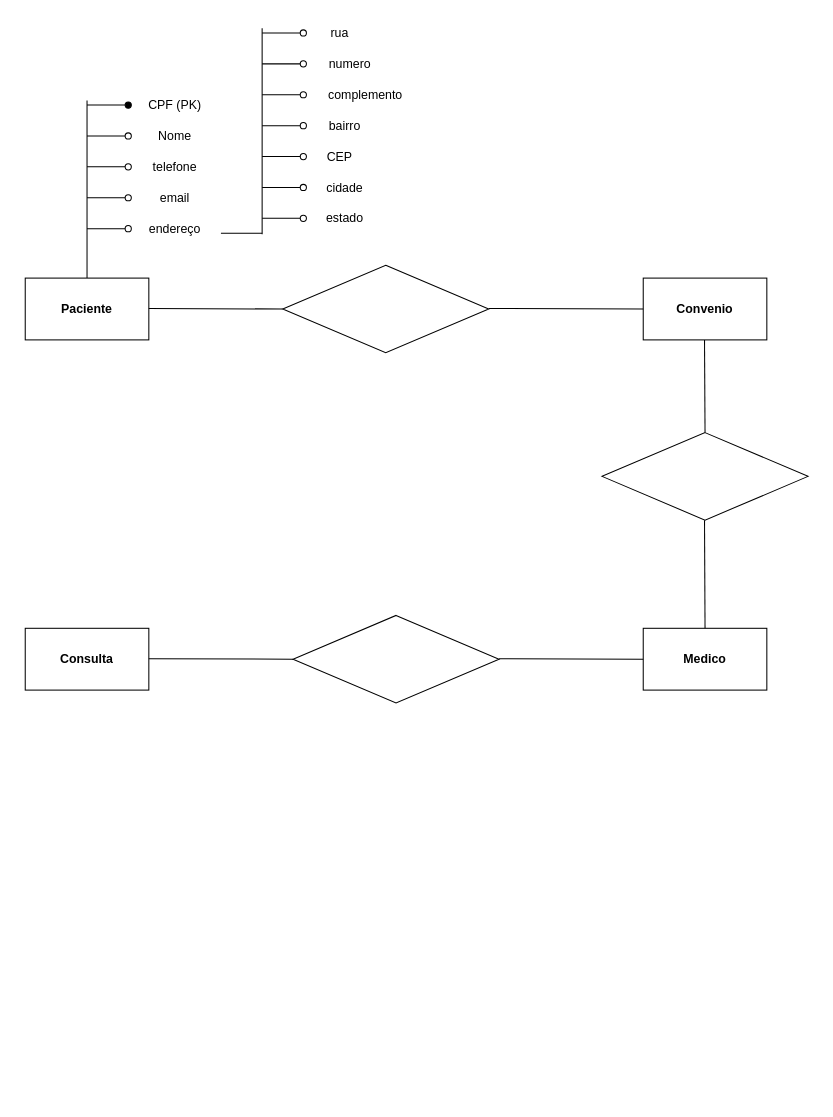
jonovackk/sites-para-estudo keeps this draw.io diagram as Diagrama sem nome.drawio. Above is the earlier version. Source tidied: cells renumbered, new cells numbered last; positions are measured from the earlier drawing's top-left corner, leaving out a move shared by most shapes. Both pictures are drawn from the tidied source at 103%, with x=0, y=0 at pixel (25, 18).
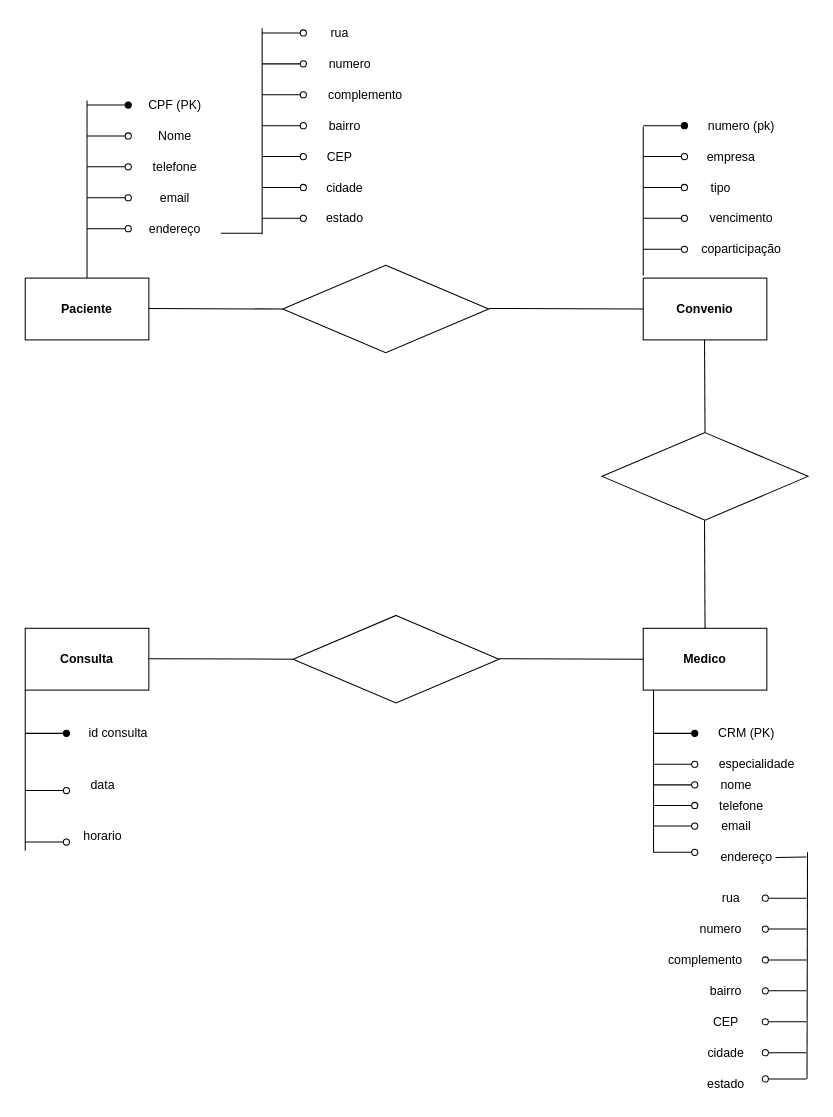
The same diagram, later.

Change to the diagram source:
```diff
@@
+    <mxCell id="42" style="endArrow=none;html=1;rounded=0;startArrow=oval;startFill=0;" parent="1" edge="1">
+      <mxGeometry relative="1" as="geometry">
+        <mxPoint x="640" y="134.5" as="sourcePoint" />
+        <mxPoint x="600" y="134.5" as="targetPoint" />
+      </mxGeometry>
+    </mxCell>
+    <mxCell id="43" style="endArrow=none;html=1;rounded=0;startArrow=oval;startFill=1;" parent="1" edge="1">
+      <mxGeometry relative="1" as="geometry">
+        <mxPoint x="640" y="104.5" as="sourcePoint" />
+        <mxPoint x="600" y="104.5" as="targetPoint" />
+      </mxGeometry>
+    </mxCell>
+    <mxCell id="44" style="endArrow=none;html=1;rounded=0;startArrow=oval;startFill=0;" parent="1" edge="1">
+      <mxGeometry relative="1" as="geometry">
+        <mxPoint x="640" y="164.5" as="sourcePoint" />
+        <mxPoint x="600" y="164.5" as="targetPoint" />
+      </mxGeometry>
+    </mxCell>
+    <mxCell id="45" style="endArrow=none;html=1;rounded=0;startArrow=oval;startFill=0;" parent="1" edge="1">
+      <mxGeometry relative="1" as="geometry">
+        <mxPoint x="640" y="194.5" as="sourcePoint" />
+        <mxPoint x="600" y="194.5" as="targetPoint" />
+      </mxGeometry>
+    </mxCell>
+    <mxCell id="46" style="endArrow=none;html=1;rounded=0;startArrow=oval;startFill=0;" parent="1" edge="1">
+      <mxGeometry relative="1" as="geometry">
+        <mxPoint x="640" y="224.5" as="sourcePoint" />
+        <mxPoint x="600" y="224.5" as="targetPoint" />
+      </mxGeometry>
+    </mxCell>
+    <mxCell id="47" value="numero (pk)" style="text;html=1;align=center;verticalAlign=middle;strokeColor=none;fillColor=none;" parent="1" vertex="1">
+      <mxGeometry x="650" y="90" width="90" height="30" as="geometry" />
+    </mxCell>
+    <mxCell id="48" value="empresa" style="text;html=1;align=center;verticalAlign=middle;strokeColor=none;fillColor=none;" parent="1" vertex="1">
+      <mxGeometry x="650" y="120" width="70" height="30" as="geometry" />
+    </mxCell>
+    <mxCell id="49" style="endArrow=none;html=1;rounded=0;fontSize=12;startSize=8;endSize=8;curved=1;" parent="1" edge="1">
+      <mxGeometry relative="1" as="geometry">
+        <mxPoint x="600" y="250" as="sourcePoint" />
+        <mxPoint x="600" y="105.5" as="targetPoint" />
+      </mxGeometry>
+    </mxCell>
+    <mxCell id="50" value="tipo" style="text;html=1;align=center;verticalAlign=middle;strokeColor=none;fillColor=none;" parent="1" vertex="1">
+      <mxGeometry x="655" y="150" width="40" height="30" as="geometry" />
+    </mxCell>
+    <mxCell id="51" value="vencimento" style="text;html=1;align=center;verticalAlign=middle;strokeColor=none;fillColor=none;" parent="1" vertex="1">
+      <mxGeometry x="655" y="180" width="80" height="30" as="geometry" />
+    </mxCell>
+    <mxCell id="52" value="coparticipação" style="text;html=1;align=center;verticalAlign=middle;strokeColor=none;fillColor=none;" parent="1" vertex="1">
+      <mxGeometry x="645" y="210" width="100" height="30" as="geometry" />
+    </mxCell>
+    <mxCell id="53" style="endArrow=none;html=1;rounded=0;startArrow=oval;startFill=0;" parent="1" edge="1">
+      <mxGeometry relative="1" as="geometry">
+        <mxPoint x="650" y="724.5" as="sourcePoint" />
+        <mxPoint x="610" y="724.5" as="targetPoint" />
+      </mxGeometry>
+    </mxCell>
+    <mxCell id="54" style="endArrow=none;html=1;rounded=0;startArrow=oval;startFill=1;" parent="1" edge="1">
+      <mxGeometry relative="1" as="geometry">
+        <mxPoint x="650" y="694.5" as="sourcePoint" />
+        <mxPoint x="610" y="694.5" as="targetPoint" />
+      </mxGeometry>
+    </mxCell>
+    <mxCell id="55" style="endArrow=none;html=1;rounded=0;startArrow=oval;startFill=0;" parent="1" edge="1">
+      <mxGeometry relative="1" as="geometry">
+        <mxPoint x="650" y="744.5" as="sourcePoint" />
+        <mxPoint x="610" y="744.5" as="targetPoint" />
+      </mxGeometry>
+    </mxCell>
+    <mxCell id="56" style="endArrow=none;html=1;rounded=0;startArrow=oval;startFill=0;" parent="1" edge="1">
+      <mxGeometry relative="1" as="geometry">
+        <mxPoint x="650" y="764.5" as="sourcePoint" />
+        <mxPoint x="610" y="764.5" as="targetPoint" />
+      </mxGeometry>
+    </mxCell>
+    <mxCell id="57" style="endArrow=none;html=1;rounded=0;startArrow=oval;startFill=0;" parent="1" edge="1">
+      <mxGeometry relative="1" as="geometry">
+        <mxPoint x="650" y="810" as="sourcePoint" />
+        <mxPoint x="610" y="810" as="targetPoint" />
+      </mxGeometry>
+    </mxCell>
+    <mxCell id="58" style="endArrow=none;html=1;rounded=0;fontSize=12;startSize=8;endSize=8;curved=1;" parent="1" edge="1">
+      <mxGeometry relative="1" as="geometry">
+        <mxPoint x="610" y="810" as="sourcePoint" />
+        <mxPoint x="610" y="652.5" as="targetPoint" />
+      </mxGeometry>
+    </mxCell>
+    <mxCell id="59" value="CRM (PK)" style="text;html=1;align=center;verticalAlign=middle;strokeColor=none;fillColor=none;" parent="1" vertex="1">
+      <mxGeometry x="660" y="680" width="80" height="30" as="geometry" />
+    </mxCell>
+    <mxCell id="60" value="especialidade" style="text;html=1;align=center;verticalAlign=middle;strokeColor=none;fillColor=none;" parent="1" vertex="1">
+      <mxGeometry x="660" y="710" width="100" height="30" as="geometry" />
+    </mxCell>
+    <mxCell id="61" value="nome" style="text;html=1;align=center;verticalAlign=middle;strokeColor=none;fillColor=none;" parent="1" vertex="1">
+      <mxGeometry x="665" y="730" width="50" height="30" as="geometry" />
+    </mxCell>
+    <mxCell id="62" value="telefone" style="text;html=1;align=center;verticalAlign=middle;strokeColor=none;fillColor=none;" parent="1" vertex="1">
+      <mxGeometry x="660" y="750" width="70" height="30" as="geometry" />
+    </mxCell>
+    <mxCell id="63" value="email" style="text;html=1;align=center;verticalAlign=middle;strokeColor=none;fillColor=none;" parent="1" vertex="1">
+      <mxGeometry x="665" y="770" width="50" height="30" as="geometry" />
+    </mxCell>
+    <mxCell id="64" value="endereço" style="text;html=1;align=center;verticalAlign=middle;strokeColor=none;fillColor=none;" parent="1" vertex="1">
+      <mxGeometry x="665" y="800" width="70" height="30" as="geometry" />
+    </mxCell>
+    <mxCell id="65" style="endArrow=none;html=1;rounded=0;startArrow=oval;startFill=0;" parent="1" edge="1">
+      <mxGeometry relative="1" as="geometry">
+        <mxPoint x="650" y="784.5" as="sourcePoint" />
+        <mxPoint x="610" y="784.5" as="targetPoint" />
+      </mxGeometry>
+    </mxCell>
+    <mxCell id="66" style="endArrow=none;html=1;rounded=0;startArrow=oval;startFill=0;" parent="1" edge="1">
+      <mxGeometry relative="1" as="geometry">
+        <mxPoint x="718.5" y="884.5" as="sourcePoint" />
+        <mxPoint x="758.5" y="884.5" as="targetPoint" />
+      </mxGeometry>
+    </mxCell>
+    <mxCell id="67" style="endArrow=none;html=1;rounded=0;startArrow=oval;startFill=0;" parent="1" edge="1">
+      <mxGeometry relative="1" as="geometry">
+        <mxPoint x="718.5" y="914.5" as="sourcePoint" />
+        <mxPoint x="758.5" y="914.5" as="targetPoint" />
+      </mxGeometry>
+    </mxCell>
+    <mxCell id="68" style="endArrow=none;html=1;rounded=0;startArrow=oval;startFill=0;" parent="1" edge="1">
+      <mxGeometry relative="1" as="geometry">
+        <mxPoint x="718.5" y="944.5" as="sourcePoint" />
+        <mxPoint x="758.5" y="944.5" as="targetPoint" />
+      </mxGeometry>
+    </mxCell>
+    <mxCell id="69" style="endArrow=none;html=1;rounded=0;startArrow=oval;startFill=0;" parent="1" edge="1">
+      <mxGeometry relative="1" as="geometry">
+        <mxPoint x="718.5" y="974.5" as="sourcePoint" />
+        <mxPoint x="758.5" y="974.5" as="targetPoint" />
+      </mxGeometry>
+    </mxCell>
+    <mxCell id="70" style="endArrow=none;html=1;rounded=0;startArrow=oval;startFill=0;" parent="1" edge="1">
+      <mxGeometry relative="1" as="geometry">
+        <mxPoint x="718.5" y="1004.5" as="sourcePoint" />
+        <mxPoint x="758.5" y="1004.5" as="targetPoint" />
+      </mxGeometry>
+    </mxCell>
+    <mxCell id="71" style="endArrow=none;html=1;rounded=0;startArrow=oval;startFill=0;" parent="1" edge="1">
+      <mxGeometry relative="1" as="geometry">
+        <mxPoint x="718.5" y="1030" as="sourcePoint" />
+        <mxPoint x="758.5" y="1030" as="targetPoint" />
+      </mxGeometry>
+    </mxCell>
+    <mxCell id="72" style="endArrow=none;html=1;rounded=0;startArrow=oval;startFill=0;" parent="1" edge="1">
+      <mxGeometry relative="1" as="geometry">
+        <mxPoint x="718.5" y="854.5" as="sourcePoint" />
+        <mxPoint x="758.5" y="854.5" as="targetPoint" />
+      </mxGeometry>
+    </mxCell>
+    <mxCell id="73" value="rua" style="text;html=1;align=center;verticalAlign=middle;strokeColor=none;fillColor=none;" parent="1" vertex="1">
+      <mxGeometry x="665" y="840" width="40" height="30" as="geometry" />
+    </mxCell>
+    <mxCell id="74" value="numero" style="text;html=1;align=center;verticalAlign=middle;strokeColor=none;fillColor=none;" parent="1" vertex="1">
+      <mxGeometry x="645" y="870" width="60" height="30" as="geometry" />
+    </mxCell>
+    <mxCell id="75" value="complemento" style="text;html=1;align=center;verticalAlign=middle;strokeColor=none;fillColor=none;" parent="1" vertex="1">
+      <mxGeometry x="610" y="900" width="100" height="30" as="geometry" />
+    </mxCell>
+    <mxCell id="76" value="bairro" style="text;html=1;align=center;verticalAlign=middle;strokeColor=none;fillColor=none;" parent="1" vertex="1">
+      <mxGeometry x="655" y="930" width="50" height="30" as="geometry" />
+    </mxCell>
+    <mxCell id="77" value="CEP" style="text;html=1;align=center;verticalAlign=middle;strokeColor=none;fillColor=none;" parent="1" vertex="1">
+      <mxGeometry x="655" y="960" width="50" height="30" as="geometry" />
+    </mxCell>
+    <mxCell id="78" value="cidade" style="text;html=1;align=center;verticalAlign=middle;strokeColor=none;fillColor=none;" parent="1" vertex="1">
+      <mxGeometry x="650" y="990" width="60" height="30" as="geometry" />
+    </mxCell>
+    <mxCell id="79" value="estado" style="text;html=1;align=center;verticalAlign=middle;strokeColor=none;fillColor=none;" parent="1" vertex="1">
+      <mxGeometry x="650" y="1020" width="60" height="30" as="geometry" />
+    </mxCell>
+    <mxCell id="80" style="endArrow=none;html=1;rounded=0;" parent="1" edge="1">
+      <mxGeometry relative="1" as="geometry">
+        <mxPoint x="759.5" y="810" as="sourcePoint" />
+        <mxPoint x="759" y="1030" as="targetPoint" />
+      </mxGeometry>
+    </mxCell>
+    <mxCell id="81" style="endArrow=none;html=1;rounded=0;" parent="1" edge="1">
+      <mxGeometry relative="1" as="geometry">
+        <mxPoint x="728.5" y="815" as="sourcePoint" />
+        <mxPoint x="758.5" y="814.5" as="targetPoint" />
+      </mxGeometry>
+    </mxCell>
+    <mxCell id="82" style="endArrow=none;html=1;rounded=0;fontSize=12;startSize=8;endSize=8;curved=1;entryX=0.058;entryY=1.025;entryDx=0;entryDy=0;entryPerimeter=0;" parent="1" edge="1">
+      <mxGeometry relative="1" as="geometry">
+        <mxPoint y="808.5" as="sourcePoint" />
+        <mxPoint y="652.5" as="targetPoint" />
+      </mxGeometry>
+    </mxCell>
+    <mxCell id="83" style="endArrow=none;html=1;rounded=0;startArrow=oval;startFill=1;" parent="1" edge="1">
+      <mxGeometry relative="1" as="geometry">
+        <mxPoint x="40" y="694.5" as="sourcePoint" />
+        <mxPoint y="694.5" as="targetPoint" />
+      </mxGeometry>
+    </mxCell>
+    <mxCell id="84" style="endArrow=none;html=1;rounded=0;startArrow=oval;startFill=0;" parent="1" edge="1">
+      <mxGeometry relative="1" as="geometry">
+        <mxPoint x="40" y="750" as="sourcePoint" />
+        <mxPoint y="750" as="targetPoint" />
+      </mxGeometry>
+    </mxCell>
+    <mxCell id="85" style="endArrow=none;html=1;rounded=0;startArrow=oval;startFill=0;" parent="1" edge="1">
+      <mxGeometry relative="1" as="geometry">
+        <mxPoint x="40" y="800" as="sourcePoint" />
+        <mxPoint y="800" as="targetPoint" />
+      </mxGeometry>
+    </mxCell>
+    <mxCell id="86" value="id consulta" style="text;html=1;align=center;verticalAlign=middle;strokeColor=none;fillColor=none;" parent="1" vertex="1">
+      <mxGeometry x="50" y="680" width="80" height="30" as="geometry" />
+    </mxCell>
+    <mxCell id="87" value="data" style="text;html=1;align=center;verticalAlign=middle;strokeColor=none;fillColor=none;" parent="1" vertex="1">
+      <mxGeometry x="50" y="730" width="50" height="30" as="geometry" />
+    </mxCell>
+    <mxCell id="88" value="horario" style="text;html=1;align=center;verticalAlign=middle;strokeColor=none;fillColor=none;" parent="1" vertex="1">
+      <mxGeometry x="45" y="780" width="60" height="30" as="geometry" />
+    </mxCell>
```
